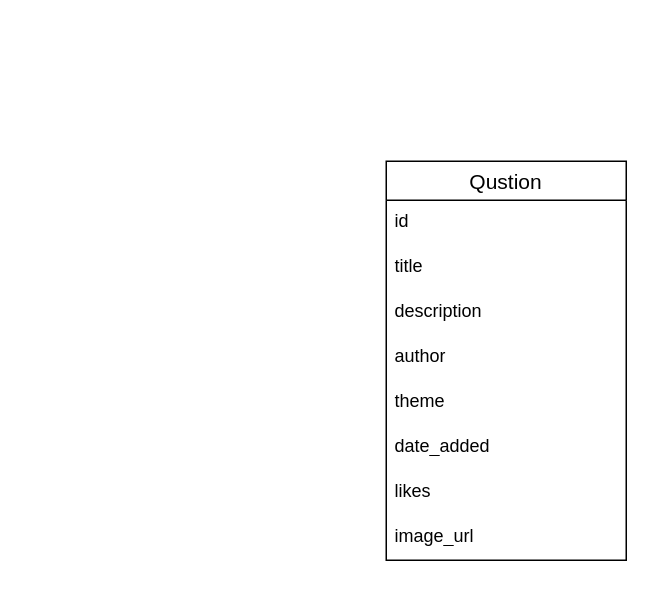
The draw.io diagram db_scheme.drawio in n1k02/savolho, before the edit. Source tidied: cells renumbered, new cells numbered last; positions are measured from the earlier drawing's top-left corner, leaving out a move shared by most shapes. Both pictures are drawn from the tidied source at 150%, with x=0, y=0 at pixel (26, 26).
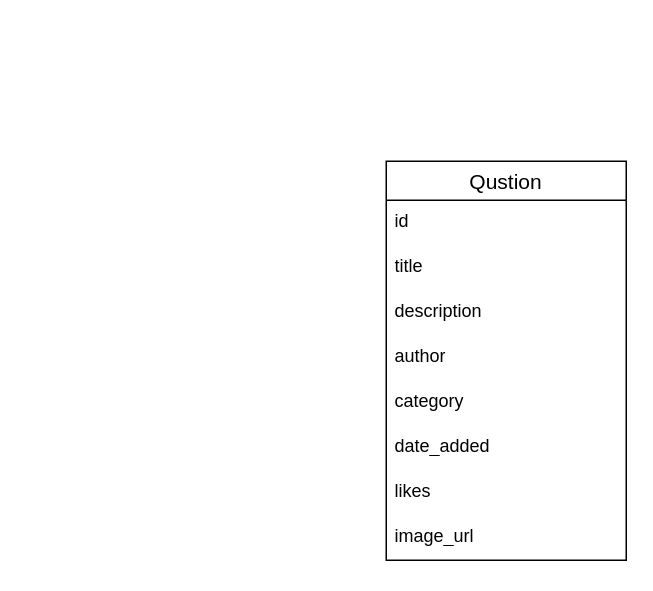
The same page after the edit.

Diff of the diagram source:
```diff
@@
 <mxGraphModel>
   <root>
     <mxCell id="0" />
     <mxCell id="1" parent="0" />
     <mxCell id="2" style="shape=tableRow;horizontal=0;startSize=0;swimlaneHead=0;swimlaneBody=0;fillColor=none;top=0;left=0;right=0;bottom=0;" parent="1" vertex="1">
       <mxGeometry width="180" height="30" as="geometry" />
     </mxCell>
     <mxCell id="3" style="shape=partialRectangle;fillColor=none;top=0;left=0;bottom=0;right=0;overflow=hidden;whiteSpace=wrap;html=1;" parent="2" vertex="1">
       <mxGeometry width="30" height="30" as="geometry" />
     </mxCell>
     <mxCell id="4" value="Qustion" style="swimlane;fontStyle=0;horizontal=1;startSize=26;align=center;fontSize=14;" parent="1" vertex="1">
       <mxGeometry x="240" y="90" width="160" height="266" as="geometry" />
     </mxCell>
     <mxCell id="5" value="id" style="text;strokeColor=none;fillColor=none;spacingLeft=4;spacingRight=4;overflow=hidden;fontSize=12;whiteSpace=wrap;html=1;" parent="4" vertex="1">
       <mxGeometry y="26" width="160" height="30" as="geometry" />
     </mxCell>
     <mxCell id="6" value="title&lt;br&gt;" style="text;strokeColor=none;fillColor=none;spacingLeft=4;spacingRight=4;overflow=hidden;fontSize=12;whiteSpace=wrap;html=1;" parent="4" vertex="1">
       <mxGeometry y="56" width="160" height="30" as="geometry" />
     </mxCell>
     <mxCell id="7" value="description" style="text;strokeColor=none;fillColor=none;spacingLeft=4;spacingRight=4;overflow=hidden;fontSize=12;whiteSpace=wrap;html=1;" parent="4" vertex="1">
       <mxGeometry y="86" width="160" height="30" as="geometry" />
     </mxCell>
     <mxCell id="8" value="author" style="text;strokeColor=none;fillColor=none;spacingLeft=4;spacingRight=4;overflow=hidden;fontSize=12;whiteSpace=wrap;html=1;" parent="4" vertex="1">
       <mxGeometry y="116" width="160" height="30" as="geometry" />
     </mxCell>
-    <mxCell id="9" value="theme" style="text;strokeColor=none;fillColor=none;spacingLeft=4;spacingRight=4;overflow=hidden;fontSize=12;whiteSpace=wrap;html=1;" parent="4" vertex="1">
+    <mxCell id="9" value="category" style="text;strokeColor=none;fillColor=none;spacingLeft=4;spacingRight=4;overflow=hidden;fontSize=12;whiteSpace=wrap;html=1;" parent="4" vertex="1">
       <mxGeometry y="146" width="160" height="30" as="geometry" />
     </mxCell>
     <mxCell id="10" value="date_added" style="text;strokeColor=none;fillColor=none;spacingLeft=4;spacingRight=4;overflow=hidden;fontSize=12;whiteSpace=wrap;html=1;" parent="4" vertex="1">
       <mxGeometry y="176" width="160" height="30" as="geometry" />
     </mxCell>
     <mxCell id="11" value="likes" style="text;strokeColor=none;fillColor=none;spacingLeft=4;spacingRight=4;overflow=hidden;fontSize=12;whiteSpace=wrap;html=1;" parent="4" vertex="1">
       <mxGeometry y="206" width="160" height="30" as="geometry" />
     </mxCell>
     <mxCell id="12" value="image_url" style="text;strokeColor=none;fillColor=none;spacingLeft=4;spacingRight=4;overflow=hidden;fontSize=12;whiteSpace=wrap;html=1;" parent="4" vertex="1">
       <mxGeometry y="236" width="160" height="30" as="geometry" />
     </mxCell>
   </root>
 </mxGraphModel>
```
